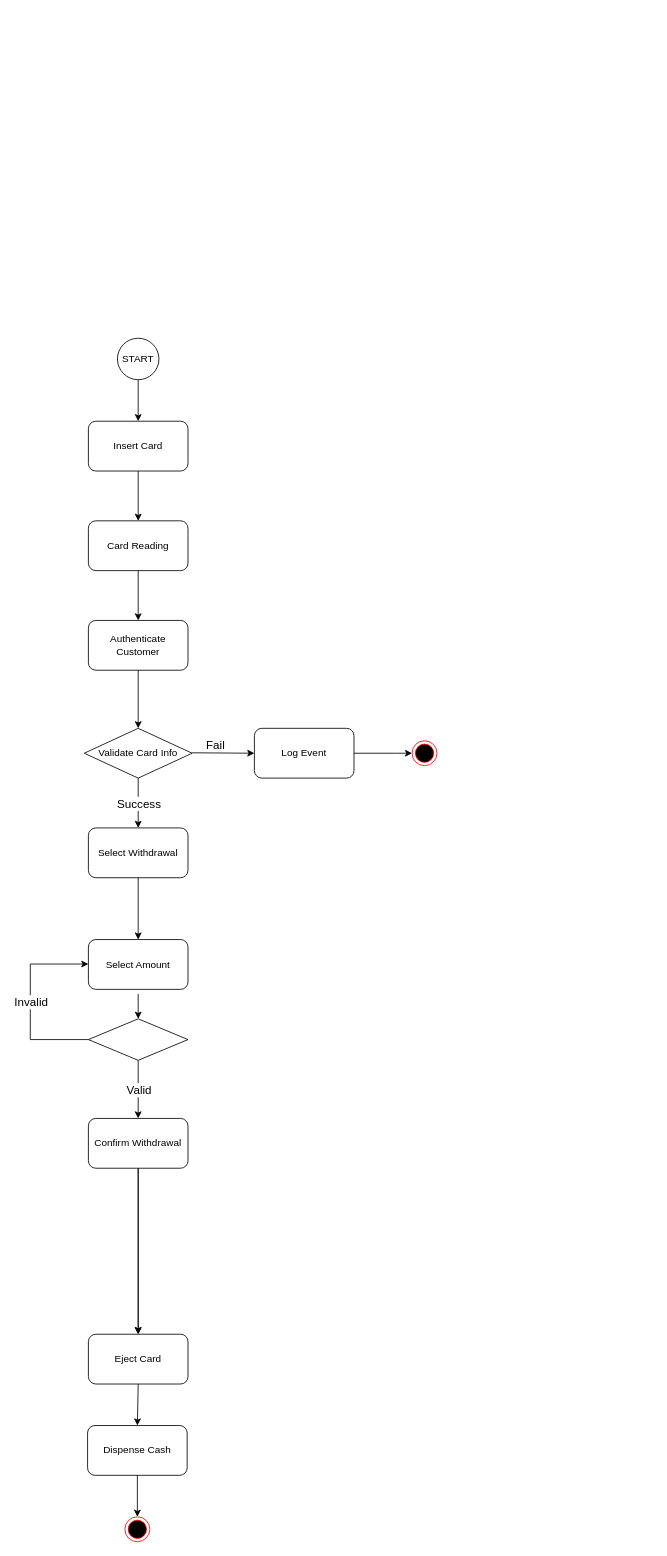
Above: atmdio.drawio in VMAkos/smartninja (draw.io), before the change. Source tidied: cells renumbered, new cells numbered last; positions are measured from the earlier drawing's top-left corner, leaving out a move shared by most shapes. Both pictures are drawn from the tidied source at 83%, with x=0, y=0 at pixel (30, 338).
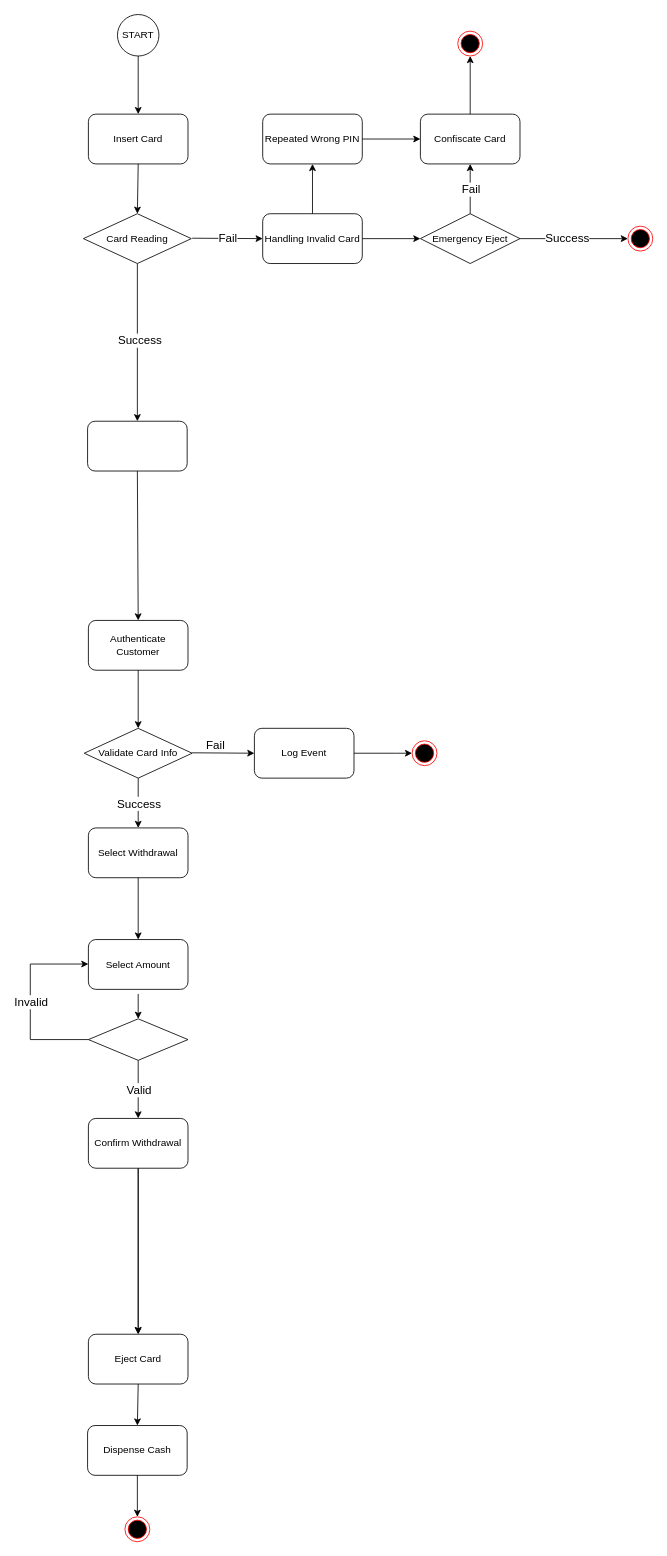
Above is the later version.

The change refers to these unchanged cells:
```xml
<mxCell id="4" value="Authenticate Customer" style="rounded=1;whiteSpace=wrap;html=1;" parent="1" vertex="1">
  <mxGeometry x="70" y="340" width="120" height="60" as="geometry" />
</mxCell>
```

Change to the diagram source:
```diff
@@
     <mxCell id="2" value="Insert Card" style="rounded=1;whiteSpace=wrap;html=1;" parent="1" vertex="1">
-      <mxGeometry x="70" y="100" width="120" height="60" as="geometry" />
+      <mxGeometry x="70" y="-270" width="120" height="60" as="geometry" />
     </mxCell>
-    <mxCell id="3" value="Card Reading" style="rounded=1;whiteSpace=wrap;html=1;" parent="1" vertex="1">
-      <mxGeometry x="70" y="220" width="120" height="60" as="geometry" />
-    </mxCell>
@@
-    <mxCell id="14" style="endArrow=classic;html=1;rounded=0;entryX=0.5;entryY=0;entryDx=0;entryDy=0;exitX=0.5;exitY=1;exitDx=0;exitDy=0;" parent="1" edge="1" source="3" target="4">
+    <mxCell id="14" style="endArrow=classic;html=1;rounded=0;entryX=0.5;entryY=0;entryDx=0;entryDy=0;exitX=0.5;exitY=1;exitDx=0;exitDy=0;" parent="1" edge="1" source="54" target="4">
       <mxGeometry relative="1" as="geometry" />
     </mxCell>
@@
-    <mxCell id="17" style="endArrow=classic;html=1;rounded=0;entryX=0.5;entryY=0;entryDx=0;entryDy=0;exitX=0.5;exitY=1;exitDx=0;exitDy=0;" parent="1" edge="1" source="2" target="3">
+    <mxCell id="17" style="endArrow=classic;html=1;rounded=0;exitX=0.5;exitY=1;exitDx=0;exitDy=0;entryX=0.5;entryY=0;entryDx=0;entryDy=0;" parent="1" edge="1" source="3" target="54">
       <mxGeometry relative="1" as="geometry" />
     </mxCell>
+    <mxCell id="35" value="&lt;font style=&quot;font-size: 14px;&quot;&gt;Success&lt;/font&gt;" style="edgeLabel;html=1;align=center;verticalAlign=middle;" parent="17" vertex="1">
+      <mxGeometry x="-0.03" y="2" relative="1" as="geometry" />
+    </mxCell>
@@
     <mxCell id="20" value="START" style="ellipse;whiteSpace=wrap;html=1;" parent="1" vertex="1">
-      <mxGeometry x="105" width="50" height="50" as="geometry" />
+      <mxGeometry x="105" y="-390" width="50" height="50" as="geometry" />
     </mxCell>
@@
+    <mxCell id="36" style="endArrow=classic;html=1;rounded=0;entryX=0.5;entryY=0;entryDx=0;entryDy=0;exitX=0.5;exitY=1;exitDx=0;exitDy=0;" parent="1" edge="1" source="2" target="3">
+      <mxGeometry relative="1" as="geometry" />
+    </mxCell>
+    <mxCell id="3" value="Card Reading" style="rhombus;whiteSpace=wrap;html=1;" parent="1" vertex="1">
+      <mxGeometry x="64" y="-150" width="130" height="60" as="geometry" />
+    </mxCell>
+    <mxCell id="37" style="endArrow=classic;html=1;rounded=0;" parent="1" edge="1">
+      <mxGeometry relative="1" as="geometry">
+        <mxPoint x="195" y="-120.5" as="sourcePoint" />
+        <mxPoint x="280" y="-120" as="targetPoint" />
+      </mxGeometry>
+    </mxCell>
+    <mxCell id="38" value="&lt;font style=&quot;font-size: 14px;&quot;&gt;Fail&lt;/font&gt;" style="edgeLabel;html=1;align=center;verticalAlign=middle;" parent="37" vertex="1">
+      <mxGeometry relative="1" as="geometry" />
+    </mxCell>
+    <mxCell id="39" style="edgeStyle=orthogonalEdgeStyle;rounded=0;orthogonalLoop=1;jettySize=auto;html=1;exitX=0.5;exitY=1;exitDx=0;exitDy=0;" parent="1" edge="1">
+      <mxGeometry relative="1" as="geometry">
+        <mxPoint x="360" y="-90" as="sourcePoint" />
+        <mxPoint x="360" y="-90" as="targetPoint" />
+      </mxGeometry>
+    </mxCell>
+    <mxCell id="40" style="endArrow=classic;html=1;rounded=0;exitX=1;exitY=0.5;exitDx=0;exitDy=0;entryX=0;entryY=0.5;entryDx=0;entryDy=0;" parent="1" edge="1" source="43" target="42">
+      <mxGeometry relative="1" as="geometry" />
+    </mxCell>
+    <mxCell id="41" value="&lt;font style=&quot;font-size: 14px;&quot;&gt;Success&lt;/font&gt;" style="edgeLabel;html=1;align=center;verticalAlign=middle;" parent="40" vertex="1">
+      <mxGeometry x="-0.14" y="2" relative="1" as="geometry" />
+    </mxCell>
+    <mxCell id="42" style="ellipse;html=1;shape=endState;fillColor=#000000;strokeColor=#ff0000;" parent="1" vertex="1">
+      <mxGeometry x="720" y="-135" width="30" height="30" as="geometry" />
+    </mxCell>
+    <mxCell id="43" value="Emergency Eject" style="rhombus;whiteSpace=wrap;html=1;" parent="1" vertex="1">
+      <mxGeometry x="470" y="-150" width="120" height="60" as="geometry" />
+    </mxCell>
+    <mxCell id="44" style="endArrow=classic;html=1;rounded=0;exitX=0.5;exitY=0;exitDx=0;exitDy=0;entryX=0.5;entryY=1;entryDx=0;entryDy=0;" parent="1" edge="1" source="43" target="47">
+      <mxGeometry relative="1" as="geometry" />
+    </mxCell>
+    <mxCell id="45" value="&lt;font style=&quot;font-size: 14px;&quot;&gt;Fail&lt;/font&gt;" style="edgeLabel;html=1;align=center;verticalAlign=middle;" parent="44" vertex="1">
+      <mxGeometry relative="1" as="geometry" />
+    </mxCell>
+    <mxCell id="46" style="ellipse;html=1;shape=endState;fillColor=#000000;strokeColor=#ff0000;" parent="1" vertex="1">
+      <mxGeometry x="515" y="-370" width="30" height="30" as="geometry" />
+    </mxCell>
+    <mxCell id="47" value="Confiscate Card" style="rounded=1;whiteSpace=wrap;html=1;" parent="1" vertex="1">
+      <mxGeometry x="470" y="-270" width="120" height="60" as="geometry" />
+    </mxCell>
+    <mxCell id="48" style="endArrow=classic;html=1;rounded=0;exitX=0.5;exitY=0;exitDx=0;exitDy=0;entryX=0.5;entryY=1;entryDx=0;entryDy=0;" parent="1" edge="1" source="47" target="46">
+      <mxGeometry relative="1" as="geometry" />
+    </mxCell>
+    <mxCell id="49" value="Handling Invalid Card" style="rounded=1;whiteSpace=wrap;html=1;" parent="1" vertex="1">
+      <mxGeometry x="280" y="-150" width="120" height="60" as="geometry" />
+    </mxCell>
+    <mxCell id="50" style="endArrow=classic;html=1;rounded=0;exitX=1;exitY=0.5;exitDx=0;exitDy=0;" parent="1" edge="1" source="49" target="43">
+      <mxGeometry relative="1" as="geometry" />
+    </mxCell>
+    <mxCell id="51" value="Repeated Wrong PIN" style="rounded=1;whiteSpace=wrap;html=1;" parent="1" vertex="1">
+      <mxGeometry x="280" y="-270" width="120" height="60" as="geometry" />
+    </mxCell>
+    <mxCell id="52" style="endArrow=classic;html=1;rounded=0;entryX=0;entryY=0.5;entryDx=0;entryDy=0;exitX=1;exitY=0.5;exitDx=0;exitDy=0;" parent="1" edge="1" source="51" target="47">
+      <mxGeometry relative="1" as="geometry" />
+    </mxCell>
+    <mxCell id="53" style="endArrow=classic;html=1;rounded=0;entryX=0.5;entryY=1;entryDx=0;entryDy=0;" parent="1" edge="1" source="49" target="51">
+      <mxGeometry relative="1" as="geometry" />
+    </mxCell>
+    <mxCell id="54" style="rounded=1;whiteSpace=wrap;html=1;" parent="1" vertex="1">
+      <mxGeometry x="69" y="100" width="120" height="60" as="geometry" />
+    </mxCell>
```
